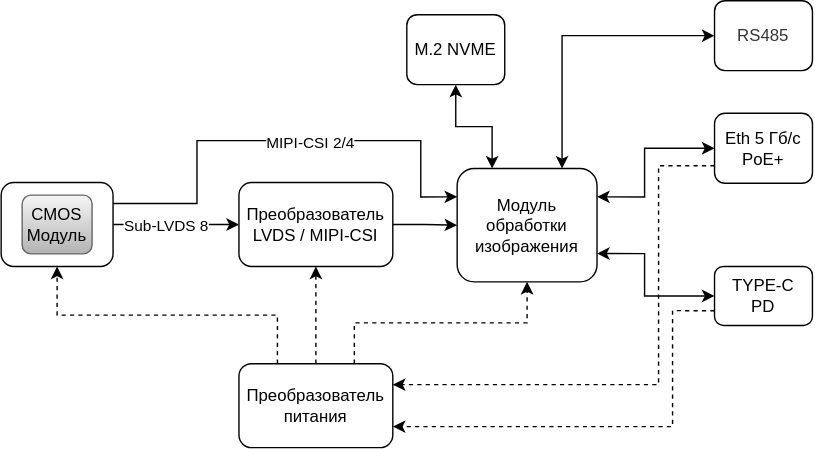
Before: docs/hardware/start88_smart-camera_fbd.drawio.svg, a diagram exported from draw.io (sdyspb/reimagined-rk3588). Source tidied: cells renumbered, new cells last; positions are measured from the earlier drawing's top-left corner, leaving out a move shared by most shapes. Source of this version:
```xml
<mxGraphModel background="#FFFFFF">
  <root>
    <mxCell id="0" />
    <mxCell id="1" parent="0" />
    <mxCell id="2" style="edgeStyle=orthogonalEdgeStyle;rounded=0;jettySize=auto;html=1;exitX=1;exitY=0.25;exitDx=0;exitDy=0;entryX=1;entryY=0.5;entryDx=0;entryDy=0;startArrow=classic;startFill=1;" parent="1" edge="1" source="4" target="6">
      <mxGeometry relative="1" as="geometry">
        <Array as="points">
          <mxPoint x="460" y="140" />
          <mxPoint x="460" y="106" />
        </Array>
      </mxGeometry>
    </mxCell>
    <mxCell id="3" style="edgeStyle=orthogonalEdgeStyle;rounded=0;jettySize=auto;html=1;exitX=1;exitY=0.75;exitDx=0;exitDy=0;entryX=0.5;entryY=1;entryDx=0;entryDy=0;startArrow=classic;startFill=1;" parent="1" edge="1" source="4" target="8">
      <mxGeometry relative="1" as="geometry">
        <Array as="points">
          <mxPoint x="460" y="181" />
          <mxPoint x="460" y="211" />
        </Array>
      </mxGeometry>
    </mxCell>
    <mxCell id="4" value="Модуль обработки изображения" style="rounded=1;whiteSpace=wrap;html=1;fillColor=none;strokeColor=#000000;" parent="1" vertex="1">
      <mxGeometry x="326" y="120" width="100" height="81" as="geometry" />
    </mxCell>
    <mxCell id="5" style="edgeStyle=orthogonalEdgeStyle;rounded=0;jettySize=auto;html=1;exitX=1;exitY=0.25;exitDx=0;exitDy=0;entryX=0.25;entryY=0;entryDx=0;entryDy=0;dashed=1;" parent="1" edge="1" source="6" target="19">
      <mxGeometry relative="1" as="geometry">
        <Array as="points">
          <mxPoint x="470" y="118" />
          <mxPoint x="470" y="275" />
        </Array>
      </mxGeometry>
    </mxCell>
    <mxCell id="6" value="&lt;div&gt;Eth 5 Гб/с&lt;/div&gt;&lt;div&gt;PoE+&lt;/div&gt;" style="rounded=1;whiteSpace=wrap;html=1;fontSize=12;verticalAlign=middle;fillColor=none;strokeColor=#000000;direction=west;horizontal=1;" parent="1" vertex="1">
      <mxGeometry x="510" y="80.5" width="70" height="50" as="geometry" />
    </mxCell>
    <mxCell id="7" style="edgeStyle=orthogonalEdgeStyle;rounded=0;jettySize=auto;html=1;exitX=0.75;exitY=1;exitDx=0;exitDy=0;entryX=0.75;entryY=0;entryDx=0;entryDy=0;dashed=1;" parent="1" edge="1" source="8" target="19">
      <mxGeometry relative="1" as="geometry">
        <Array as="points">
          <mxPoint x="480" y="222" />
          <mxPoint x="480" y="305" />
        </Array>
      </mxGeometry>
    </mxCell>
    <mxCell id="8" value="&lt;font&gt;TYPE-C&lt;/font&gt;&lt;div&gt;&lt;font&gt;PD&lt;/font&gt;&lt;/div&gt;" style="rounded=1;whiteSpace=wrap;html=1;fontSize=12;fillColor=none;strokeColor=#000000;verticalAlign=middle;direction=south;horizontal=1;" parent="1" vertex="1">
      <mxGeometry x="510" y="190" width="70" height="42.2" as="geometry" />
    </mxCell>
    <mxCell id="9" style="edgeStyle=orthogonalEdgeStyle;rounded=0;jettySize=auto;html=1;exitX=0.5;exitY=0;exitDx=0;exitDy=0;entryX=0;entryY=0.5;entryDx=0;entryDy=0;" parent="1" edge="1" source="10" target="4">
      <mxGeometry relative="1" as="geometry" />
    </mxCell>
    <mxCell id="10" value="&lt;span style=&quot;&quot;&gt;Преобразователь&lt;/span&gt;&lt;div&gt;&lt;span style=&quot;&quot;&gt;LVDS / MIPI-CSI&lt;/span&gt;&lt;/div&gt;" style="rounded=1;whiteSpace=wrap;html=1;fillColor=none;rotation=0;direction=south;strokeColor=#000000;" parent="1" vertex="1">
      <mxGeometry x="170" y="130" width="110" height="60" as="geometry" />
    </mxCell>
    <mxCell id="11" style="edgeStyle=orthogonalEdgeStyle;rounded=0;jettySize=auto;html=1;exitX=0.5;exitY=0;exitDx=0;exitDy=0;entryX=0.5;entryY=1;entryDx=0;entryDy=0;" parent="1" edge="1" source="15" target="10">
      <mxGeometry relative="1" as="geometry" />
    </mxCell>
    <mxCell id="12" value="Sub-LVDS 8" style="edgeLabel;html=1;align=center;verticalAlign=middle;" parent="11" vertex="1">
      <mxGeometry x="-0.17" relative="1" as="geometry" />
    </mxCell>
    <mxCell id="13" style="edgeStyle=orthogonalEdgeStyle;rounded=0;jettySize=auto;html=1;entryX=0;entryY=0.25;entryDx=0;entryDy=0;exitX=0.25;exitY=0;exitDx=0;exitDy=0;" parent="1" edge="1" source="15" target="4">
      <mxGeometry relative="1" as="geometry">
        <Array as="points">
          <mxPoint x="140" y="145" />
          <mxPoint x="140" y="100" />
          <mxPoint x="300" y="100" />
          <mxPoint x="300" y="140" />
        </Array>
      </mxGeometry>
    </mxCell>
    <mxCell id="14" value="MIPI-CSI 2/4" style="edgeLabel;html=1;align=center;verticalAlign=middle;" parent="13" vertex="1">
      <mxGeometry x="0.03" y="-1" relative="1" as="geometry">
        <mxPoint x="14" as="offset" />
      </mxGeometry>
    </mxCell>
    <mxCell id="15" style="rounded=1;whiteSpace=wrap;html=1;fillColor=none;rotation=0;direction=south;strokeColor=#000000;" parent="1" vertex="1">
      <mxGeometry y="130" width="80" height="60" as="geometry" />
    </mxCell>
    <mxCell id="16" style="edgeStyle=orthogonalEdgeStyle;rounded=0;jettySize=auto;html=1;exitX=0;exitY=0.25;exitDx=0;exitDy=0;entryX=0.5;entryY=1;entryDx=0;entryDy=0;dashed=1;" parent="1" edge="1" source="19" target="4">
      <mxGeometry relative="1" as="geometry" />
    </mxCell>
    <mxCell id="17" style="edgeStyle=orthogonalEdgeStyle;rounded=0;jettySize=auto;html=1;entryX=1;entryY=0.5;entryDx=0;entryDy=0;dashed=1;" parent="1" edge="1" source="19" target="10">
      <mxGeometry relative="1" as="geometry" />
    </mxCell>
    <mxCell id="18" style="edgeStyle=orthogonalEdgeStyle;rounded=0;jettySize=auto;html=1;exitX=0;exitY=0.75;exitDx=0;exitDy=0;entryX=1;entryY=0.5;entryDx=0;entryDy=0;dashed=1;" parent="1" edge="1" source="19" target="15">
      <mxGeometry relative="1" as="geometry" />
    </mxCell>
    <mxCell id="19" value="&lt;span style=&quot;&quot;&gt;Преобразователь&lt;/span&gt;&lt;div&gt;&lt;span style=&quot;&quot;&gt;питания&lt;/span&gt;&lt;/div&gt;" style="rounded=1;whiteSpace=wrap;html=1;fillColor=none;rotation=0;direction=south;strokeColor=#000000;" parent="1" vertex="1">
      <mxGeometry x="170" y="259.5" width="110" height="60" as="geometry" />
    </mxCell>
    <mxCell id="20" value="M.2 NVME" style="rounded=1;whiteSpace=wrap;html=1;fontSize=12;verticalAlign=middle;fillColor=none;strokeColor=#000000;direction=west;horizontal=1;" parent="1" vertex="1">
      <mxGeometry x="290" y="10" width="70" height="50" as="geometry" />
    </mxCell>
    <mxCell id="21" style="edgeStyle=orthogonalEdgeStyle;rounded=0;jettySize=auto;html=1;entryX=0.25;entryY=0;entryDx=0;entryDy=0;startArrow=classic;startFill=1;exitX=0.5;exitY=0;exitDx=0;exitDy=0;" parent="1" edge="1" source="20" target="4">
      <mxGeometry relative="1" as="geometry" />
    </mxCell>
    <mxCell id="22" style="edgeStyle=orthogonalEdgeStyle;rounded=0;jettySize=auto;html=1;exitX=1;exitY=0.5;exitDx=0;exitDy=0;entryX=0.75;entryY=0;entryDx=0;entryDy=0;startArrow=classic;startFill=1;" parent="1" edge="1" source="23" target="4">
      <mxGeometry relative="1" as="geometry" />
    </mxCell>
    <mxCell id="23" value="RS485" style="rounded=1;whiteSpace=wrap;html=1;fontSize=12;verticalAlign=middle;fillColor=none;fontColor=#333333;strokeColor=#000000;direction=west;horizontal=1;" parent="1" vertex="1">
      <mxGeometry x="510" width="70" height="50" as="geometry" />
    </mxCell>
    <mxCell id="24" value="CMOS&lt;div&gt;Модуль&lt;/div&gt;" style="rounded=1;whiteSpace=wrap;html=1;fillColor=#f5f5f5;strokeColor=#666666;gradientColor=#b3b3b3;" parent="1" vertex="1">
      <mxGeometry x="15" y="139" width="50" height="42" as="geometry" />
    </mxCell>
  </root>
</mxGraphModel>
```
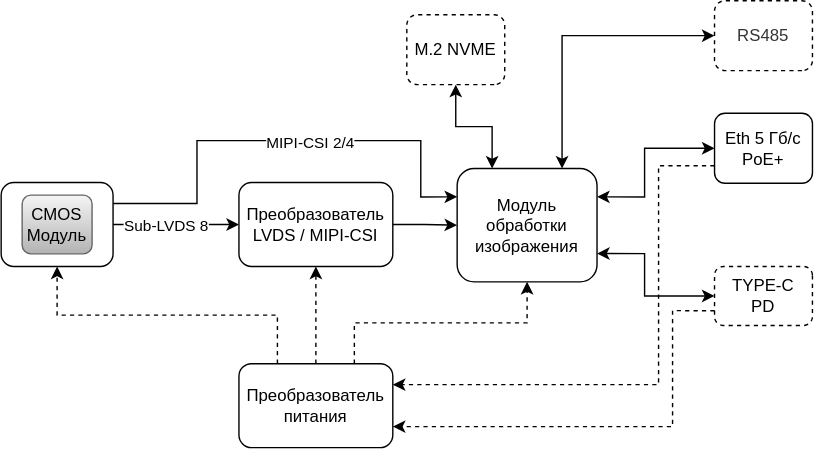
Later version of the same file.

The edit, as a diff of the source:
```diff
@@ -40,7 +40,7 @@
         </Array>
       </mxGeometry>
     </mxCell>
-    <mxCell id="8" value="&lt;font&gt;TYPE-C&lt;/font&gt;&lt;div&gt;&lt;font&gt;PD&lt;/font&gt;&lt;/div&gt;" style="rounded=1;whiteSpace=wrap;html=1;fontSize=12;fillColor=none;strokeColor=#000000;verticalAlign=middle;direction=south;horizontal=1;" parent="1" vertex="1">
+    <mxCell id="8" value="&lt;font&gt;TYPE-C&lt;/font&gt;&lt;div&gt;&lt;font&gt;PD&lt;/font&gt;&lt;/div&gt;" style="rounded=1;whiteSpace=wrap;html=1;fontSize=12;fillColor=none;strokeColor=#000000;verticalAlign=middle;direction=south;horizontal=1;dashed=1;" parent="1" vertex="1">
       <mxGeometry x="510" y="190" width="70" height="42.2" as="geometry" />
     </mxCell>
     <mxCell id="9" style="edgeStyle=orthogonalEdgeStyle;rounded=0;jettySize=auto;html=1;exitX=0.5;exitY=0;exitDx=0;exitDy=0;entryX=0;entryY=0.5;entryDx=0;entryDy=0;" parent="1" edge="1" source="10" target="4">
@@ -85,7 +85,7 @@
     <mxCell id="19" value="&lt;span style=&quot;&quot;&gt;Преобразователь&lt;/span&gt;&lt;div&gt;&lt;span style=&quot;&quot;&gt;питания&lt;/span&gt;&lt;/div&gt;" style="rounded=1;whiteSpace=wrap;html=1;fillColor=none;rotation=0;direction=south;strokeColor=#000000;" parent="1" vertex="1">
       <mxGeometry x="170" y="259.5" width="110" height="60" as="geometry" />
     </mxCell>
-    <mxCell id="20" value="M.2 NVME" style="rounded=1;whiteSpace=wrap;html=1;fontSize=12;verticalAlign=middle;fillColor=none;strokeColor=#000000;direction=west;horizontal=1;" parent="1" vertex="1">
+    <mxCell id="20" value="M.2 NVME" style="rounded=1;whiteSpace=wrap;html=1;fontSize=12;verticalAlign=middle;fillColor=none;strokeColor=#000000;direction=west;horizontal=1;dashed=1;" parent="1" vertex="1">
       <mxGeometry x="290" y="10" width="70" height="50" as="geometry" />
     </mxCell>
     <mxCell id="21" style="edgeStyle=orthogonalEdgeStyle;rounded=0;jettySize=auto;html=1;entryX=0.25;entryY=0;entryDx=0;entryDy=0;startArrow=classic;startFill=1;exitX=0.5;exitY=0;exitDx=0;exitDy=0;" parent="1" edge="1" source="20" target="4">
@@ -94,7 +94,7 @@
     <mxCell id="22" style="edgeStyle=orthogonalEdgeStyle;rounded=0;jettySize=auto;html=1;exitX=1;exitY=0.5;exitDx=0;exitDy=0;entryX=0.75;entryY=0;entryDx=0;entryDy=0;startArrow=classic;startFill=1;" parent="1" edge="1" source="23" target="4">
       <mxGeometry relative="1" as="geometry" />
     </mxCell>
-    <mxCell id="23" value="RS485" style="rounded=1;whiteSpace=wrap;html=1;fontSize=12;verticalAlign=middle;fillColor=none;fontColor=#333333;strokeColor=#000000;direction=west;horizontal=1;" parent="1" vertex="1">
+    <mxCell id="23" value="RS485" style="rounded=1;whiteSpace=wrap;html=1;fontSize=12;verticalAlign=middle;fillColor=none;fontColor=#333333;strokeColor=#000000;direction=west;horizontal=1;dashed=1;" parent="1" vertex="1">
       <mxGeometry x="510" width="70" height="50" as="geometry" />
     </mxCell>
     <mxCell id="24" value="CMOS&lt;div&gt;Модуль&lt;/div&gt;" style="rounded=1;whiteSpace=wrap;html=1;fillColor=#f5f5f5;strokeColor=#666666;gradientColor=#b3b3b3;" parent="1" vertex="1">
```
